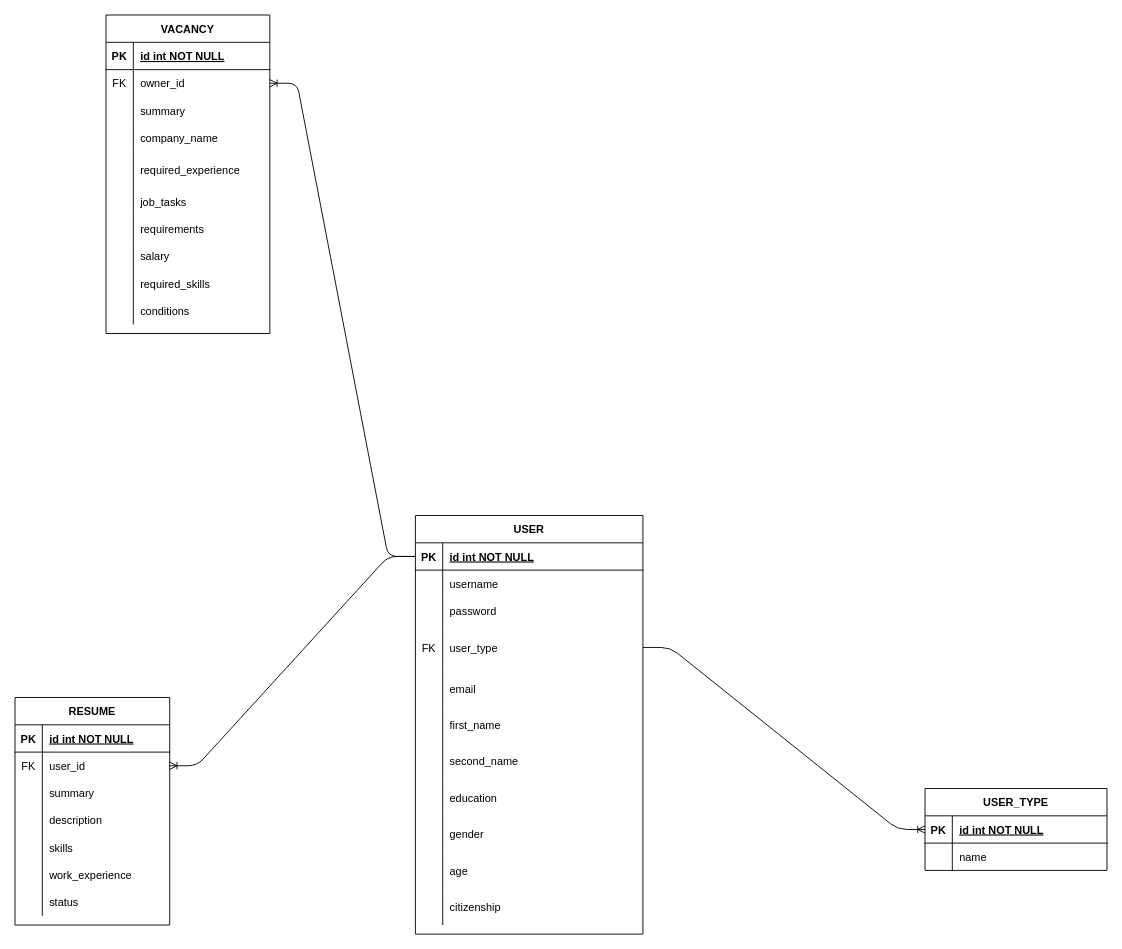
This is diagrams/Untitled Diagram.drawio from Adryeh/Diplom, a draw.io file, before an edit. Source tidied: cells renumbered, new cells numbered last; positions are measured from the earlier drawing's top-left corner, leaving out a move shared by most shapes. Both pictures are drawn from the tidied source at 91%, with x=0, y=0 at pixel (15, 15).
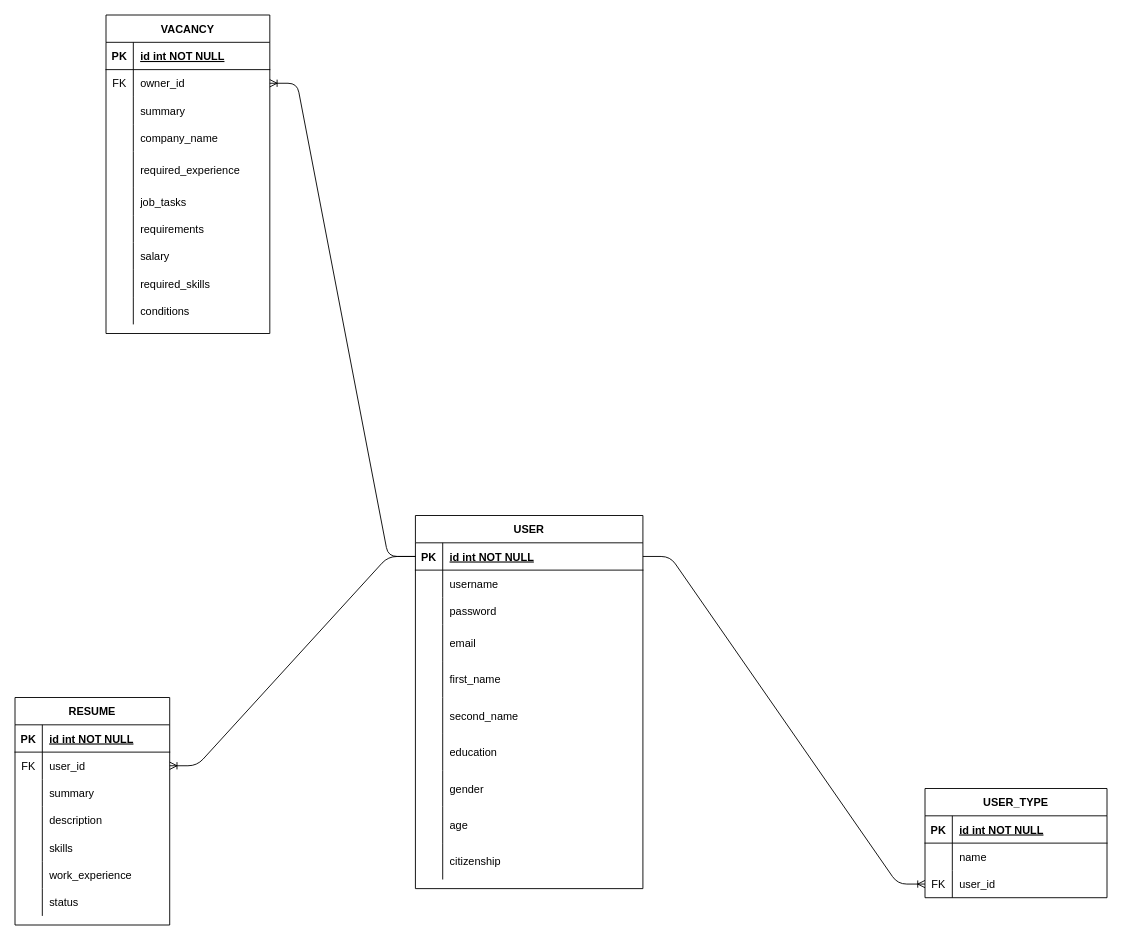
The same page after the edit.

The change refers to these unchanged cells:
```xml
<mxCell id="3" style="shape=partialRectangle;fillColor=none;points=[[0,0.5],[1,0.5]];portConstraint=eastwest;top=0;left=0;right=0;bottom=1;" parent="2" vertex="1">
  <mxGeometry y="30" width="250" height="30" as="geometry" />
</mxCell>
<mxCell id="37" style="shape=partialRectangle;fillColor=none;top=0;left=0;bottom=1;right=0;points=[[0,0.5],[1,0.5]];portConstraint=eastwest;" parent="36" vertex="1">
  <mxGeometry y="30" width="200" height="30" as="geometry" />
</mxCell>
```

Change to the diagram source:
```diff
@@
     <mxCell id="2" value="USER" style="shape=table;startSize=30;childLayout=tableLayout;rowLines=0;fontStyle=1;align=center;" parent="1" vertex="1">
-      <mxGeometry x="440" y="550" width="250" height="460" as="geometry" />
+      <mxGeometry x="440" y="550" width="250" height="410" as="geometry" />
     </mxCell>
@@
-    <mxCell id="12" style="shape=partialRectangle;fillColor=none;points=[[0,0.5],[1,0.5]];portConstraint=eastwest;top=0;left=0;right=0;bottom=0;" parent="2" vertex="1">
-      <mxGeometry y="120" width="250" height="50" as="geometry" />
-    </mxCell>
-    <mxCell id="13" value="FK" style="shape=partialRectangle;overflow=hidden;fillColor=none;top=0;left=0;bottom=0;right=0;" parent="12" vertex="1">
-      <mxGeometry width="30" height="50" as="geometry" />
-    </mxCell>
-    <mxCell id="14" value="user_type" style="shape=partialRectangle;overflow=hidden;fillColor=none;top=0;left=0;bottom=0;right=0;align=left;spacingLeft=6;" parent="12" vertex="1">
-      <mxGeometry x="30" width="220" height="50" as="geometry" />
-    </mxCell>
     <mxCell id="15" style="shape=partialRectangle;fillColor=none;top=0;left=0;right=0;bottom=0;" parent="2" vertex="1">
-      <mxGeometry y="170" width="250" height="40" as="geometry" />
+      <mxGeometry y="120" width="250" height="40" as="geometry" />
     </mxCell>
@@
     <mxCell id="18" style="shape=partialRectangle;fillColor=none;top=0;left=0;right=0;bottom=0;" parent="2" vertex="1">
-      <mxGeometry y="210" width="250" height="40" as="geometry" />
+      <mxGeometry y="160" width="250" height="40" as="geometry" />
     </mxCell>
@@
     <mxCell id="21" style="shape=partialRectangle;fillColor=none;top=0;left=0;right=0;bottom=0;" parent="2" vertex="1">
-      <mxGeometry y="250" width="250" height="40" as="geometry" />
+      <mxGeometry y="200" width="250" height="40" as="geometry" />
     </mxCell>
@@
     <mxCell id="24" style="shape=partialRectangle;fillColor=none;top=0;left=0;right=0;bottom=0;" parent="2" vertex="1">
-      <mxGeometry y="290" width="250" height="40" as="geometry" />
+      <mxGeometry y="240" width="250" height="40" as="geometry" />
     </mxCell>
@@
     <mxCell id="27" style="shape=partialRectangle;fillColor=none;top=0;left=0;right=0;bottom=0;" parent="2" vertex="1">
-      <mxGeometry y="330" width="250" height="40" as="geometry" />
+      <mxGeometry y="280" width="250" height="40" as="geometry" />
     </mxCell>
@@
     <mxCell id="30" style="shape=partialRectangle;fillColor=none;top=0;left=0;right=0;bottom=0;" parent="2" vertex="1">
-      <mxGeometry y="370" width="250" height="40" as="geometry" />
+      <mxGeometry y="320" width="250" height="40" as="geometry" />
     </mxCell>
@@
     <mxCell id="33" style="shape=partialRectangle;fillColor=none;top=0;left=0;right=0;bottom=0;" parent="2" vertex="1">
-      <mxGeometry y="410" width="250" height="40" as="geometry" />
+      <mxGeometry y="360" width="250" height="40" as="geometry" />
     </mxCell>
@@
     <mxCell id="36" value="USER_TYPE" style="shape=table;startSize=30;childLayout=tableLayout;rowLines=0;fontStyle=1;align=center;" parent="1" vertex="1">
-      <mxGeometry x="1000" y="850" width="200" height="90" as="geometry" />
+      <mxGeometry x="1000" y="850" width="200" height="120" as="geometry" />
     </mxCell>
@@
+    <mxCell id="99" style="shape=partialRectangle;fillColor=none;top=0;left=0;bottom=0;right=0;points=[[0,0.5],[1,0.5]];portConstraint=eastwest;" parent="36" vertex="1">
+      <mxGeometry y="90" width="200" height="30" as="geometry" />
+    </mxCell>
+    <mxCell id="13" value="FK" style="shape=partialRectangle;fillColor=none;top=0;left=0;bottom=0;right=0;overflow=hidden;" parent="99" vertex="1">
+      <mxGeometry width="30" height="30" as="geometry" />
+    </mxCell>
+    <mxCell id="100" value="user_id" style="shape=partialRectangle;fillColor=none;top=0;left=0;bottom=0;right=0;align=left;spacingLeft=6;overflow=hidden;" parent="99" vertex="1">
+      <mxGeometry x="30" width="170" height="30" as="geometry" />
+    </mxCell>
-    <mxCell id="43" style="edgeStyle=entityRelationEdgeStyle;fontSize=12;html=1;endArrow=ERoneToMany;entryX=0;entryY=0.5;entryDx=0;entryDy=0;" parent="1" edge="1" source="12" target="37">
+    <mxCell id="43" style="edgeStyle=entityRelationEdgeStyle;fontSize=12;html=1;endArrow=ERoneToMany;entryX=0;entryY=0.5;entryDx=0;entryDy=0;exitX=1;exitY=0.5;exitDx=0;exitDy=0;" parent="1" edge="1" source="3" target="99">
       <mxGeometry relative="1" as="geometry" />
     </mxCell>
```
